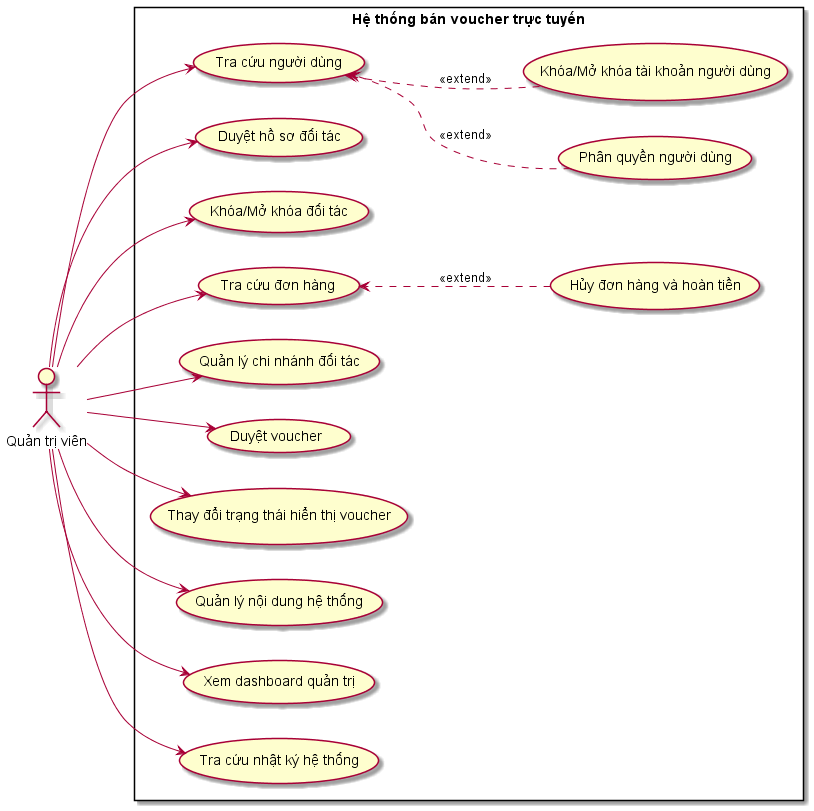
Earlier version of the PlantUML export diagram/system/QTV.png (Ngo-The-Dat/e-voucher-system).
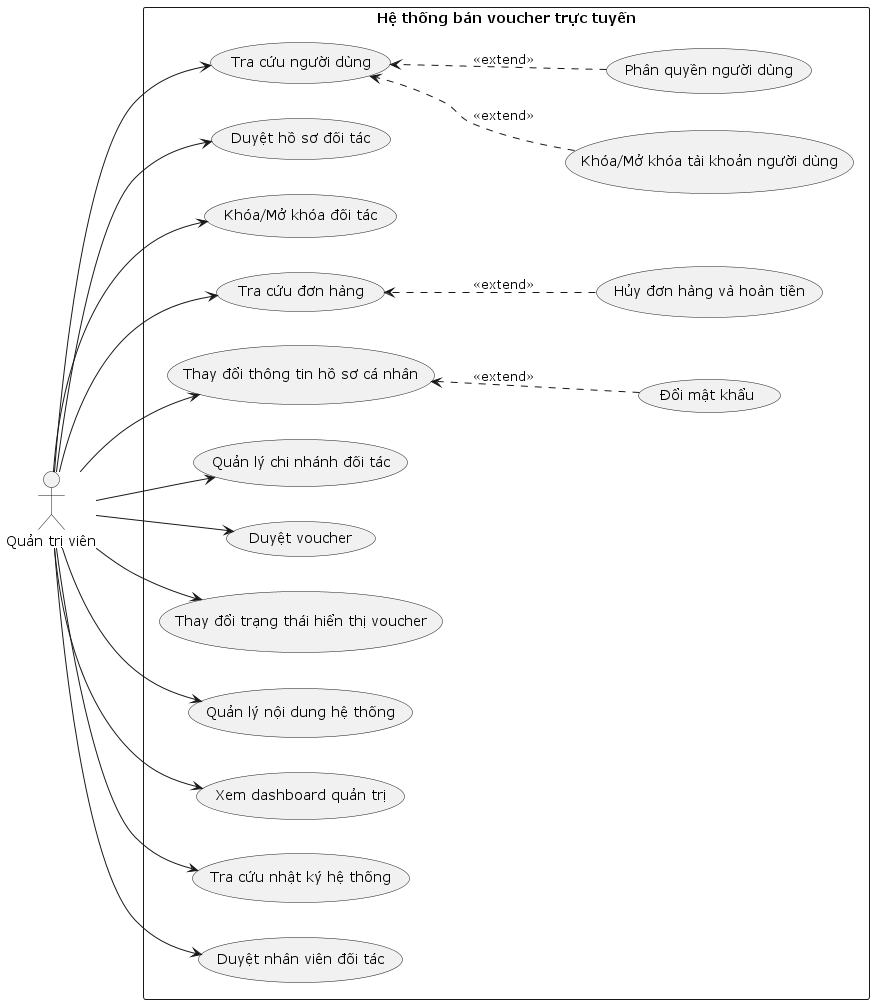
The same diagram one commit later.

What changed in the source:
```diff
@@ -16,11 +16,15 @@
   usecase "Quản lý nội dung hệ thống" as UC11
   usecase "Xem dashboard quản trị" as UC12
   usecase "Tra cứu nhật ký hệ thống" as UC13
+  usecase "Duyệt nhân viên đối tác" as UC14
+  usecase "Thay đổi thông tin hồ sơ cá nhân" as UC15
+  usecase "Đổi mật khẩu" as UC16
 
   UC2 -[hidden]left- UC1
   UC3 -[hidden]left- UC1
   UC5 -[hidden]left- UC4
   UC10 -[hidden]left- UC9
+  UC16 -[hidden]left- UC15
 }
 
 QTV -> UC1
@@ -33,8 +37,11 @@
 QTV --> UC11
 QTV --> UC12
 QTV --> UC13
+QTV --> UC14
+QTV --> UC15
 
 UC2 ..> UC1 : <<extend>>
 UC3 ..> UC1 : <<extend>>
 UC10 ..> UC9 : <<extend>>
+UC16 ..> UC15 : <<extend>>
 @enduml
```
